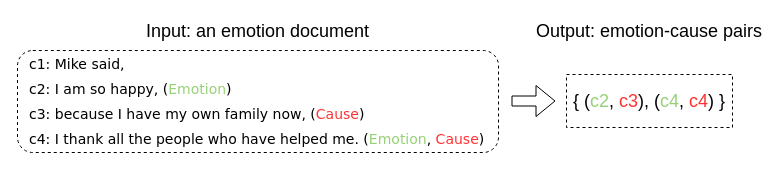
The draw.io diagram doc_example.drawio in zhoucz97/paper_figure, before the edit. Source tidied: cells renumbered, new cells numbered last; positions are measured from the earlier drawing's top-left corner, leaving out a move shared by most shapes. Both pictures are drawn from the tidied source at 100%, with x=0, y=0 at pixel (17, 17).
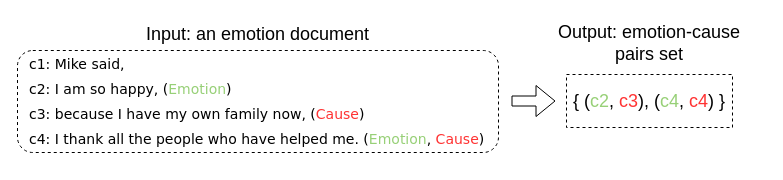
After the change.

Diff of the diagram source:
```diff
@@
 <mxGraphModel>
   <root>
     <mxCell id="0" />
     <mxCell id="1" parent="0" />
     <mxCell id="2" style="rounded=1;whiteSpace=wrap;html=1;dashed=1;strokeWidth=1;perimeterSpacing=1;" parent="1" vertex="1">
       <mxGeometry y="33" width="481" height="102" as="geometry" />
     </mxCell>
     <mxCell id="3" value="&lt;p&gt;&lt;font face=&quot;Verdana&quot; style=&quot;line-height: 200%&quot;&gt;&lt;font style=&quot;font-size: 14px&quot;&gt;&lt;font&gt;c1: Mike said,&lt;br&gt;&lt;/font&gt;&lt;font&gt;c2: I am so happy, (&lt;font color=&quot;#97d077&quot;&gt;Emotion&lt;/font&gt;)&lt;br&gt;&lt;/font&gt;&lt;font&gt;c3: because I have my own family now, (&lt;font color=&quot;#ff3333&quot;&gt;Cause&lt;/font&gt;)&lt;br&gt;&lt;/font&gt;&lt;font&gt;c4: I thank all the people who have helped me. (&lt;font color=&quot;#97d077&quot;&gt;Emotion&lt;/font&gt;,&lt;font color=&quot;#ea6b66&quot;&gt; &lt;/font&gt;&lt;font color=&quot;#ff3333&quot;&gt;Cause&lt;/font&gt;)&lt;/font&gt;&lt;/font&gt;&lt;br&gt;&lt;/font&gt;&lt;/p&gt;" style="text;html=1;strokeColor=none;fillColor=none;align=left;verticalAlign=middle;whiteSpace=wrap;rounded=0;strokeWidth=9;perimeterSpacing=1;" parent="1" vertex="1">
       <mxGeometry x="10" y="31" width="473" height="105" as="geometry" />
     </mxCell>
     <mxCell id="4" value="&lt;font style=&quot;font-size: 18px&quot;&gt;Input: an emotion document&lt;/font&gt;" style="text;html=1;strokeColor=none;fillColor=none;align=center;verticalAlign=middle;whiteSpace=wrap;rounded=0;dashed=1;" parent="1" vertex="1">
-      <mxGeometry x="119" width="243" height="28" as="geometry" />
+      <mxGeometry x="119" y="3" width="243" height="28" as="geometry" />
     </mxCell>
-    <mxCell id="5" value="&lt;font style=&quot;font-size: 18px&quot;&gt;Output: emotion-cause pairs&lt;/font&gt;" style="text;html=1;strokeColor=none;fillColor=none;align=center;verticalAlign=middle;whiteSpace=wrap;rounded=0;dashed=1;" parent="1" vertex="1">
-      <mxGeometry x="516.2" width="231.5" height="28" as="geometry" />
+    <mxCell id="5" value="&lt;font style=&quot;font-size: 18px&quot;&gt;Output:&amp;nbsp;emotion-cause pairs set&lt;/font&gt;" style="text;html=1;strokeColor=none;fillColor=none;align=center;verticalAlign=middle;whiteSpace=wrap;rounded=0;dashed=1;" parent="1" vertex="1">
+      <mxGeometry x="535" y="12" width="194" height="28" as="geometry" />
     </mxCell>
     <mxCell id="6" value="&lt;font style=&quot;font-size: 18px&quot;&gt;{ (&lt;font color=&quot;#97d077&quot;&gt;c2&lt;/font&gt;, &lt;font color=&quot;#ff3333&quot;&gt;c3&lt;/font&gt;), (&lt;font color=&quot;#97d077&quot;&gt;c4&lt;/font&gt;, &lt;font color=&quot;#ff3333&quot;&gt;c4&lt;/font&gt;) }&lt;/font&gt;" style="rounded=0;whiteSpace=wrap;html=1;dashed=1;strokeWidth=1;" parent="1" vertex="1">
       <mxGeometry x="549" y="57" width="166" height="53" as="geometry" />
     </mxCell>
     <mxCell id="7" style="endArrow=classic;html=1;shape=flexArrow;" parent="1" edge="1">
       <mxGeometry relative="1" as="geometry">
         <mxPoint x="494" y="83.5" as="sourcePoint" />
         <mxPoint x="538" y="83.5" as="targetPoint" />
       </mxGeometry>
     </mxCell>
   </root>
 </mxGraphModel>
```
